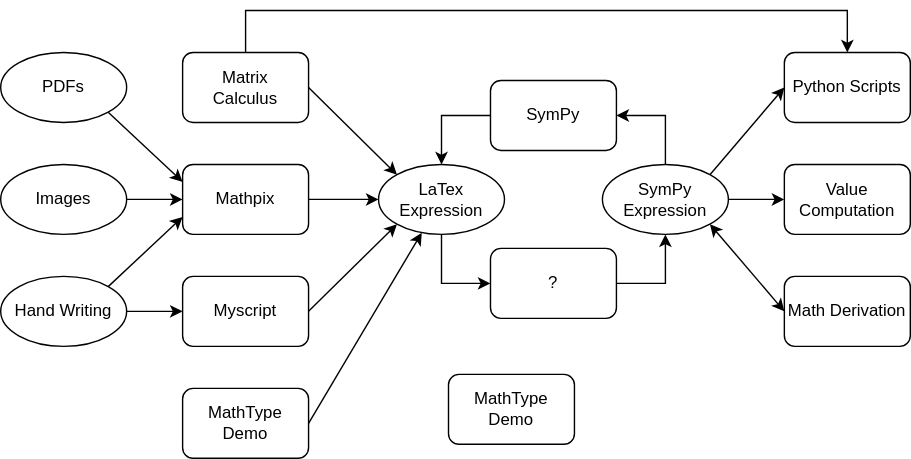
The draw.io diagram images/math tools.svg in Magic-wei/make_work_easier, before a commit. Source tidied: cells renumbered, new cells last; positions are measured from the earlier drawing's top-left corner, leaving out a move shared by most shapes.
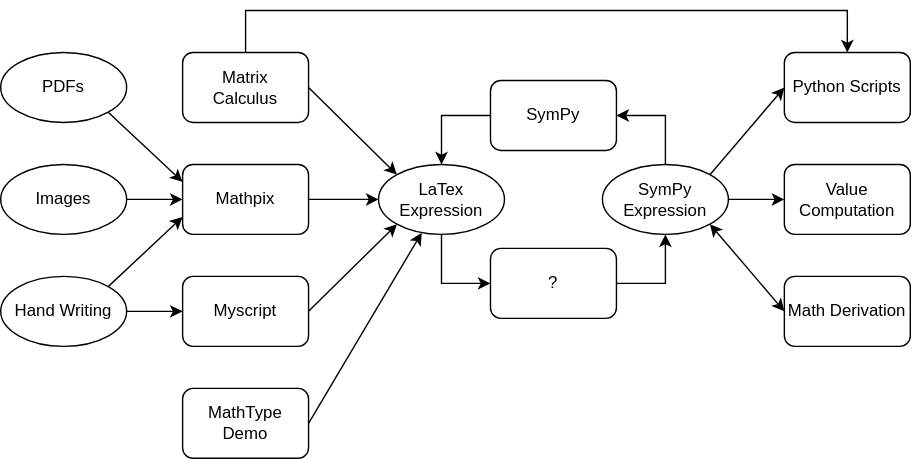
Above is the later version.

The edit, as a diff of the source:
```diff
@@ -97,8 +97,5 @@
     <mxCell id="31" value="Math Derivation" style="rounded=1;whiteSpace=wrap;html=1;" parent="1" vertex="1">
       <mxGeometry x="560" y="190" width="90" height="50" as="geometry" />
     </mxCell>
-    <mxCell id="32" value="MathType&lt;br&gt;Demo" style="rounded=1;whiteSpace=wrap;html=1;" parent="1" vertex="1">
-      <mxGeometry x="320" y="260" width="90" height="50" as="geometry" />
-    </mxCell>
   </root>
 </mxGraphModel>
```
